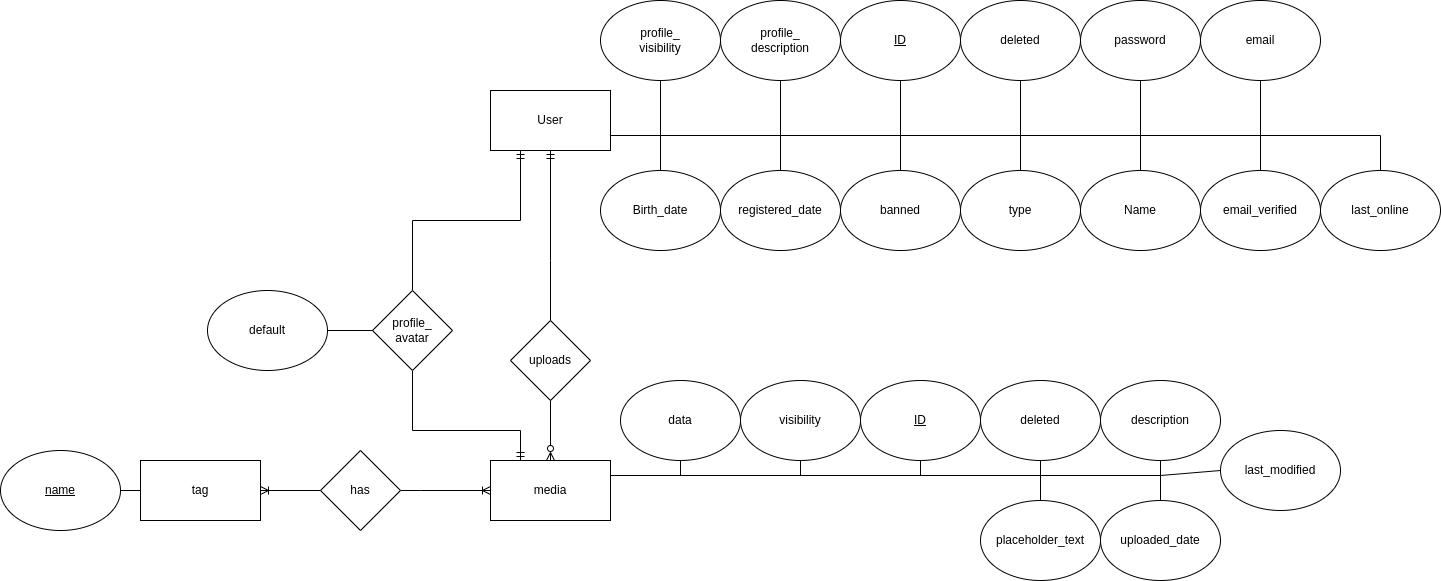
This is docs/dev/db/img/visual_posting_db_er_phase_01.drawio.png from gombosg21/vizsgaremek, a draw.io export, as it was before one commit. Source tidied: cells renumbered, new cells last; positions are measured from the earlier drawing's top-left corner, leaving out a move shared by most shapes.
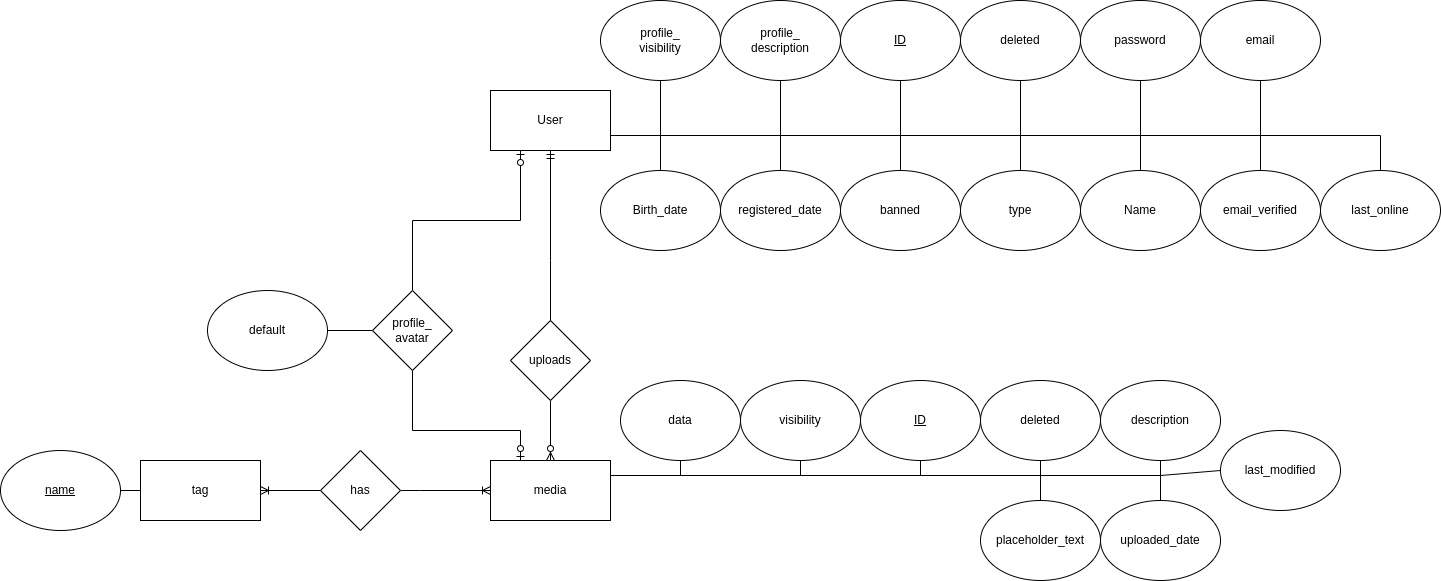
The same diagram one commit later.

Commit message:
prof pic optional

What changed in the source:
```diff
@@ -49,7 +49,7 @@
     <mxCell id="11" value="&lt;u&gt;ID&lt;/u&gt;" style="ellipse;whiteSpace=wrap;html=1;" parent="1" vertex="1">
       <mxGeometry x="860" y="380" width="120" height="80" as="geometry" />
     </mxCell>
-    <mxCell id="12" style="edgeStyle=orthogonalEdgeStyle;rounded=0;jettySize=auto;html=1;exitX=0.25;exitY=0;exitDx=0;exitDy=0;entryX=0.5;entryY=1;entryDx=0;entryDy=0;endArrow=none;endFill=0;startArrow=ERmandOne;startFill=0;" parent="1" edge="1" source="13" target="41">
+    <mxCell id="12" style="edgeStyle=orthogonalEdgeStyle;rounded=0;jettySize=auto;html=1;exitX=0.25;exitY=0;exitDx=0;exitDy=0;entryX=0.5;entryY=1;entryDx=0;entryDy=0;endArrow=none;endFill=0;startArrow=ERzeroToOne;startFill=0;" parent="1" edge="1" source="13" target="41">
       <mxGeometry relative="1" as="geometry">
         <Array as="points">
           <mxPoint x="520" y="430" />
@@ -176,7 +176,7 @@
     <mxCell id="39" value="deleted" style="ellipse;whiteSpace=wrap;html=1;" parent="1" vertex="1">
       <mxGeometry x="980" y="380" width="120" height="80" as="geometry" />
     </mxCell>
-    <mxCell id="40" style="edgeStyle=orthogonalEdgeStyle;rounded=0;jettySize=auto;html=1;exitX=0.5;exitY=0;exitDx=0;exitDy=0;entryX=0.25;entryY=1;entryDx=0;entryDy=0;startArrow=none;startFill=0;endArrow=ERmandOne;endFill=0;" parent="1" edge="1" source="41" target="4">
+    <mxCell id="40" style="edgeStyle=orthogonalEdgeStyle;rounded=0;jettySize=auto;html=1;exitX=0.5;exitY=0;exitDx=0;exitDy=0;entryX=0.25;entryY=1;entryDx=0;entryDy=0;startArrow=none;startFill=0;endArrow=ERzeroToOne;endFill=0;" parent="1" edge="1" source="41" target="4">
       <mxGeometry relative="1" as="geometry" />
     </mxCell>
     <mxCell id="41" value="profile_&lt;br&gt;avatar" style="rhombus;whiteSpace=wrap;html=1;" parent="1" vertex="1">
```
